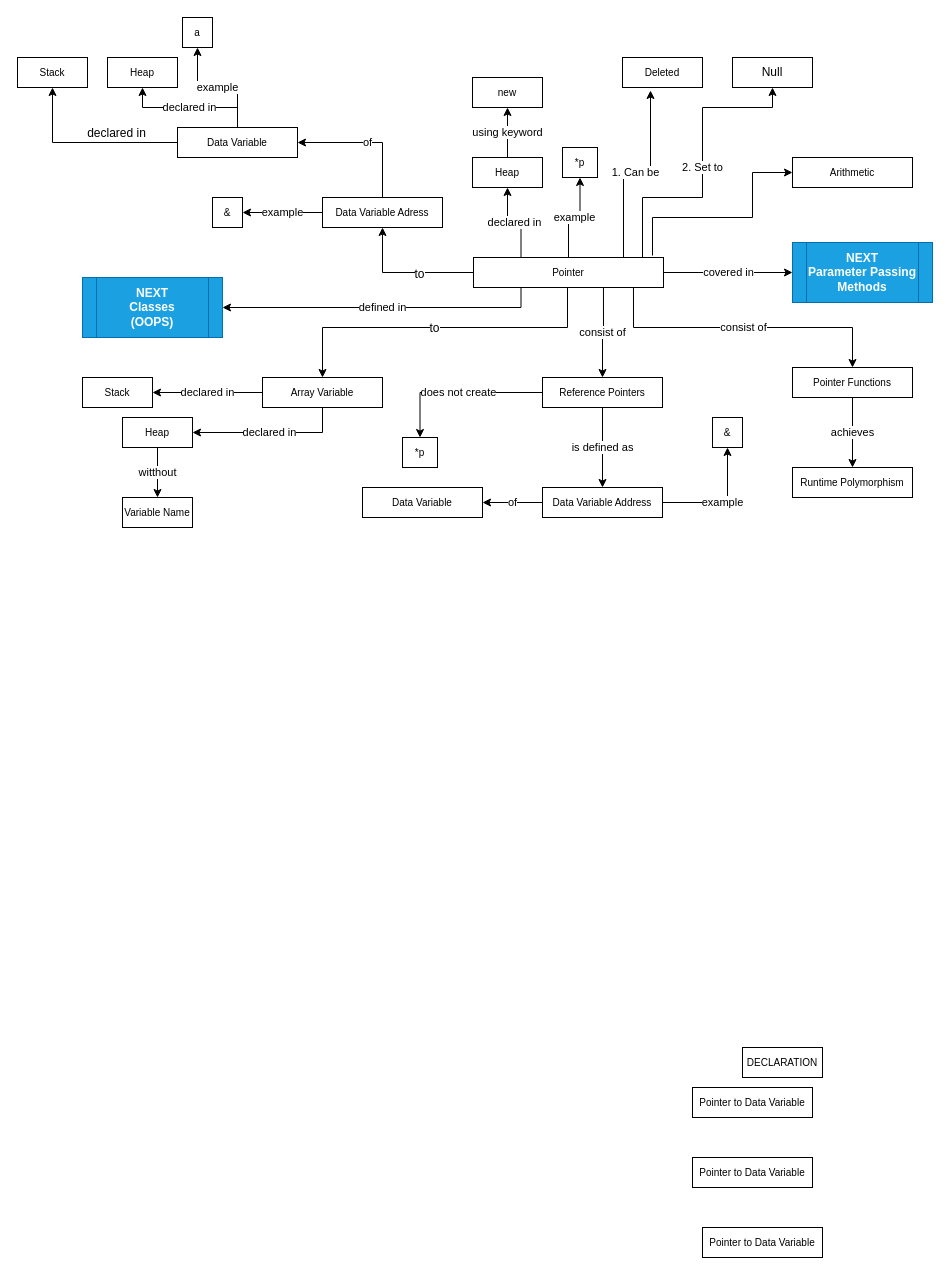
BSCdfdff/LearnCppProgramming keeps this draw.io diagram as page "Pointers (2)" (3 of 17) of revision/Supplementary/Mindmapcpp.drawio. Above is the earlier version. Source tidied: cells renumbered, new cells numbered last; positions are measured from the earlier drawing's top-left corner, leaving out a move shared by most shapes. Both pictures are drawn from the tidied source at 100%, with x=0, y=0 at pixel (17, 17).
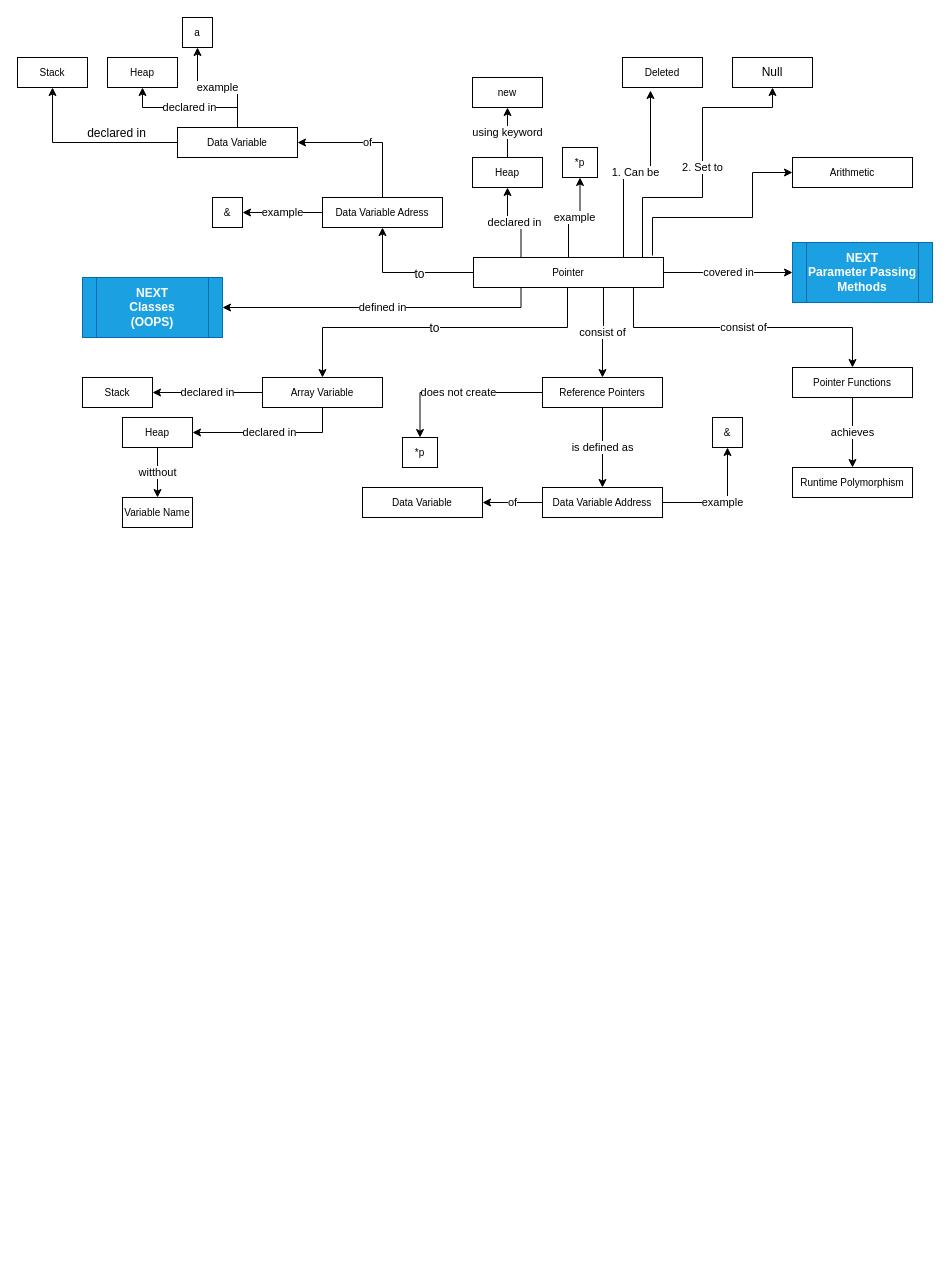
Above is the later version.

The edit, as a diff of the source:
```diff
@@
-    <mxCell id="10" value="&lt;span style=&quot;font-size: 10px&quot;&gt;DECLARATION&lt;/span&gt;" style="rounded=0;whiteSpace=wrap;html=1;" parent="1" vertex="1">
-      <mxGeometry x="725" y="1030" width="80" height="30" as="geometry" />
-    </mxCell>
@@
-    <mxCell id="18" value="&lt;span style=&quot;font-size: 10px&quot;&gt;Pointer to Data Variable&lt;/span&gt;" style="rounded=0;whiteSpace=wrap;html=1;" parent="1" vertex="1">
-      <mxGeometry x="675" y="1140" width="120" height="30" as="geometry" />
-    </mxCell>
-    <mxCell id="19" value="&lt;span style=&quot;font-size: 10px&quot;&gt;Pointer to Data Variable&lt;/span&gt;" style="rounded=0;whiteSpace=wrap;html=1;" parent="1" vertex="1">
-      <mxGeometry x="675" y="1070" width="120" height="30" as="geometry" />
-    </mxCell>
-    <mxCell id="20" value="&lt;span style=&quot;font-size: 10px&quot;&gt;Pointer to Data Variable&lt;/span&gt;" style="rounded=0;whiteSpace=wrap;html=1;" parent="1" vertex="1">
-      <mxGeometry x="685" y="1210" width="120" height="30" as="geometry" />
-    </mxCell>
```
